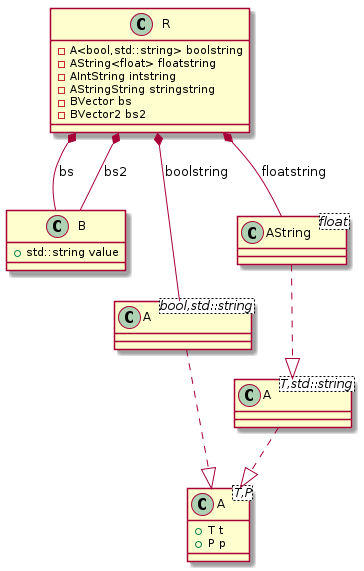
This is docs/test_cases/t00014_class.png from bkryza/clang-uml, a PlantUML export, as it was before one commit. Source of this version:
```plantuml
@startuml
class "A<T,P>" as C_0000000169

class "A<T,std::string>" as C_0000000171

class "B" as C_0000000173

class "A<bool,std::string>" as C_0000000176

class "AString<float>" as C_0000000177

class "R" as C_0000000175

class C_0000000169 {
+T t
+P p
}

class C_0000000171 {
}
C_0000000171 ..|> C_0000000169

class C_0000000173 {
+std::string value
}

class C_0000000176 {
}
C_0000000176 ..|> C_0000000169

class C_0000000177 {
}
C_0000000177 ..|> C_0000000171

class C_0000000175 {
-A<bool,std::string> boolstring
-AString<float> floatstring
-AIntString intstring
-AStringString stringstring
-BVector bs
-BVector2 bs2
}
C_0000000175 *-- C_0000000176 : boolstring
C_0000000175 *-- C_0000000177 : floatstring
C_0000000175 *-- C_0000000173 : bs
C_0000000175 *-- C_0000000173 : bs2

@enduml
```
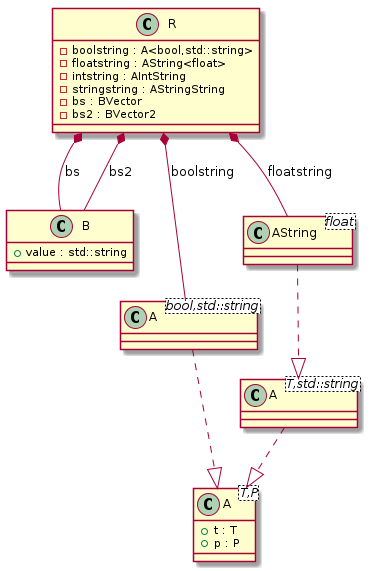
Above is the later version.

Change to the diagram source:
```diff
@@ -12,8 +12,8 @@
 class "R" as C_0000000175
 
 class C_0000000169 {
-+T t
-+P p
++t : T
++p : P
 }
 
 class C_0000000171 {
@@ -21,7 +21,7 @@
 C_0000000171 ..|> C_0000000169
 
 class C_0000000173 {
-+std::string value
++value : std::string
 }
 
 class C_0000000176 {
@@ -33,12 +33,12 @@
 C_0000000177 ..|> C_0000000171
 
 class C_0000000175 {
--A<bool,std::string> boolstring
--AString<float> floatstring
--AIntString intstring
--AStringString stringstring
--BVector bs
--BVector2 bs2
+-boolstring : A<bool,std::string>
+-floatstring : AString<float>
+-intstring : AIntString
+-stringstring : AStringString
+-bs : BVector
+-bs2 : BVector2
 }
 C_0000000175 *-- C_0000000176 : boolstring
 C_0000000175 *-- C_0000000177 : floatstring
```
